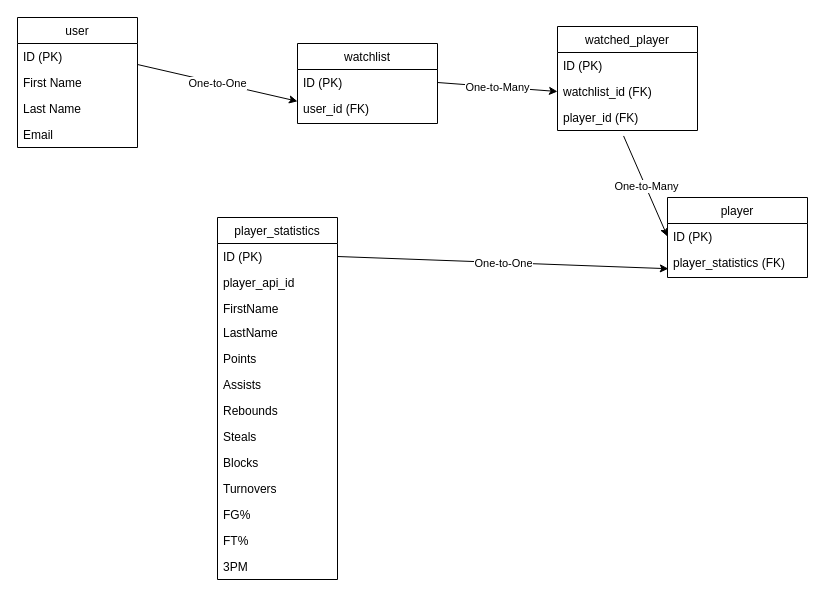
This is planning_directory/basketball_labs_ERD.drawio from danielAwale/basketball-labs, a draw.io file, before an edit. Source tidied: cells renumbered, new cells numbered last; positions are measured from the earlier drawing's top-left corner, leaving out a move shared by most shapes. Both pictures are drawn from the tidied source at 100%, with x=0, y=0 at pixel (17, 17).
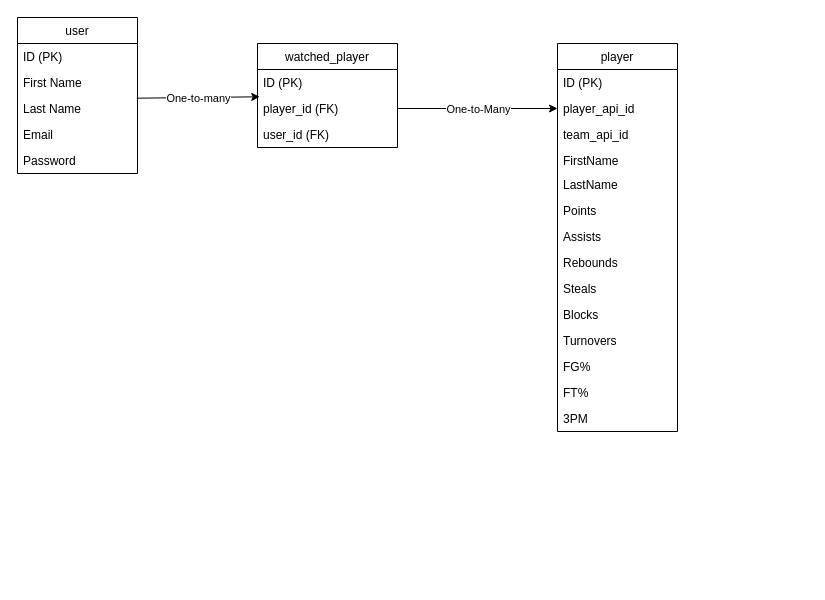
The same diagram, later.

Commit message:
Finalize ERD.

Unchanged cells that the change refers to:
```xml
<mxCell id="3" value="ID (PK)" style="text;strokeColor=none;fillColor=none;align=left;verticalAlign=top;spacingLeft=4;spacingRight=4;overflow=hidden;points=[[0,0.5],[1,0.5]];portConstraint=eastwest;" parent="2" vertex="1">
  <mxGeometry y="26" width="120" height="26" as="geometry" />
</mxCell>
<mxCell id="5" value="Last Name" style="text;strokeColor=none;fillColor=none;align=left;verticalAlign=top;spacingLeft=4;spacingRight=4;overflow=hidden;points=[[0,0.5],[1,0.5]];portConstraint=eastwest;" parent="2" vertex="1">
  <mxGeometry y="78" width="120" height="26" as="geometry" />
</mxCell>
<mxCell id="17" value="ID (PK)" style="text;strokeColor=none;fillColor=none;align=left;verticalAlign=top;spacingLeft=4;spacingRight=4;overflow=hidden;points=[[0,0.5],[1,0.5]];portConstraint=eastwest;" parent="16" vertex="1">
  <mxGeometry y="26" width="120" height="26" as="geometry" />
</mxCell>
<mxCell id="18" value="player_api_id" style="text;strokeColor=none;fillColor=none;align=left;verticalAlign=top;spacingLeft=4;spacingRight=4;overflow=hidden;points=[[0,0.5],[1,0.5]];portConstraint=eastwest;" parent="16" vertex="1">
  <mxGeometry y="52" width="120" height="26" as="geometry" />
</mxCell>
```

Change to the diagram source:
```diff
@@
     <mxCell id="2" value="user" style="swimlane;fontStyle=0;horizontal=1;startSize=26;fillColor=none;" parent="1" vertex="1">
-      <mxGeometry width="120" height="130" as="geometry" />
+      <mxGeometry width="120" height="156" as="geometry" />
     </mxCell>
@@
-    <mxCell id="7" value="watchlist" style="swimlane;fontStyle=0;horizontal=1;startSize=26;fillColor=none;" parent="1" vertex="1">
-      <mxGeometry x="280" y="26" width="140" height="80" as="geometry" />
-    </mxCell>
-    <mxCell id="8" value="ID (PK)   " style="text;strokeColor=none;fillColor=none;align=left;verticalAlign=top;spacingLeft=4;spacingRight=4;overflow=hidden;points=[[0,0.5],[1,0.5]];portConstraint=eastwest;" parent="7" vertex="1">
-      <mxGeometry y="26" width="140" height="26" as="geometry" />
-    </mxCell>
-    <mxCell id="9" value="user_id (FK)&#10;" style="text;strokeColor=none;fillColor=none;align=left;verticalAlign=top;spacingLeft=4;spacingRight=4;overflow=hidden;points=[[0,0.5],[1,0.5]];portConstraint=eastwest;" parent="7" vertex="1">
-      <mxGeometry y="52" width="140" height="28" as="geometry" />
-    </mxCell>
+    <mxCell id="39" value="Password" style="text;strokeColor=none;fillColor=none;align=left;verticalAlign=top;spacingLeft=4;spacingRight=4;overflow=hidden;" parent="2" vertex="1">
+      <mxGeometry y="130" width="120" height="26" as="geometry" />
+    </mxCell>
     <mxCell id="10" value="watched_player" style="swimlane;fontStyle=0;horizontal=1;startSize=26;fillColor=none;" parent="1" vertex="1">
-      <mxGeometry x="540" y="9" width="140" height="104" as="geometry" />
+      <mxGeometry x="240" y="26" width="140" height="104" as="geometry" />
     </mxCell>
@@
-    <mxCell id="12" value="watchlist_id (FK)" style="text;strokeColor=none;fillColor=none;align=left;verticalAlign=top;spacingLeft=4;spacingRight=4;overflow=hidden;points=[[0,0.5],[1,0.5]];portConstraint=eastwest;" parent="10" vertex="1">
-      <mxGeometry y="52" width="140" height="26" as="geometry" />
-    </mxCell>
     <mxCell id="13" value="player_id (FK)" style="text;strokeColor=none;fillColor=none;align=left;verticalAlign=top;spacingLeft=4;spacingRight=4;overflow=hidden;points=[[0,0.5],[1,0.5]];portConstraint=eastwest;" parent="10" vertex="1">
-      <mxGeometry y="78" width="140" height="26" as="geometry" />
+      <mxGeometry y="52" width="140" height="26" as="geometry" />
     </mxCell>
-    <mxCell id="14" style="endArrow=classic;html=1;rounded=0;entryX=0;entryY=0.207;entryDx=0;entryDy=0;exitX=1;exitY=0.808;exitDx=0;exitDy=0;exitPerimeter=0;entryPerimeter=0;" parent="1" edge="1" source="3" target="9">
-      <mxGeometry relative="1" as="geometry" />
-    </mxCell>
-    <mxCell id="15" value="One-to-One" style="edgeLabel;html=1;align=center;verticalAlign=middle;" parent="14" vertex="1">
-      <mxGeometry relative="1" as="geometry" />
-    </mxCell>
+    <mxCell id="9" value="user_id (FK)" style="text;strokeColor=none;fillColor=none;align=left;verticalAlign=top;spacingLeft=4;spacingRight=4;overflow=hidden;points=[[0,0.5],[1,0.5]];portConstraint=eastwest;" parent="10" vertex="1">
+      <mxGeometry y="78" width="140" height="26" as="geometry" />
+    </mxCell>
-    <mxCell id="16" value="player_statistics" style="swimlane;fontStyle=0;horizontal=1;startSize=26;fillColor=none;" parent="1" vertex="1">
-      <mxGeometry x="200" y="200" width="120" height="362" as="geometry" />
+    <mxCell id="16" value="player" style="swimlane;fontStyle=0;horizontal=1;startSize=26;fillColor=none;" parent="1" vertex="1">
+      <mxGeometry x="540" y="26" width="120" height="388" as="geometry" />
     </mxCell>
@@
+    <mxCell id="40" value="team_api_id" style="text;strokeColor=none;fillColor=none;align=left;verticalAlign=top;spacingLeft=4;spacingRight=4;overflow=hidden;" parent="16" vertex="1">
+      <mxGeometry y="78" width="120" height="26" as="geometry" />
+    </mxCell>
     <mxCell id="19" value="FirstName" style="text;strokeColor=none;fillColor=none;align=left;verticalAlign=top;spacingLeft=4;spacingRight=4;overflow=hidden;" parent="16" vertex="1">
-      <mxGeometry y="78" width="120" height="24" as="geometry" />
+      <mxGeometry y="104" width="120" height="24" as="geometry" />
     </mxCell>
     <mxCell id="20" value="LastName" style="text;strokeColor=none;fillColor=none;align=left;verticalAlign=top;spacingLeft=4;spacingRight=4;overflow=hidden;" parent="16" vertex="1">
-      <mxGeometry y="102" width="120" height="26" as="geometry" />
+      <mxGeometry y="128" width="120" height="26" as="geometry" />
     </mxCell>
     <mxCell id="21" value="Points" style="text;strokeColor=none;fillColor=none;align=left;verticalAlign=top;spacingLeft=4;spacingRight=4;overflow=hidden;" parent="16" vertex="1">
-      <mxGeometry y="128" width="120" height="26" as="geometry" />
+      <mxGeometry y="154" width="120" height="26" as="geometry" />
     </mxCell>
     <mxCell id="22" value="Assists    " style="text;strokeColor=none;fillColor=none;align=left;verticalAlign=top;spacingLeft=4;spacingRight=4;overflow=hidden;" parent="16" vertex="1">
-      <mxGeometry y="154" width="120" height="26" as="geometry" />
+      <mxGeometry y="180" width="120" height="26" as="geometry" />
     </mxCell>
     <mxCell id="23" value="Rebounds" style="text;strokeColor=none;fillColor=none;align=left;verticalAlign=top;spacingLeft=4;spacingRight=4;overflow=hidden;" parent="16" vertex="1">
-      <mxGeometry y="180" width="120" height="26" as="geometry" />
+      <mxGeometry y="206" width="120" height="26" as="geometry" />
     </mxCell>
     <mxCell id="24" value="Steals" style="text;strokeColor=none;fillColor=none;align=left;verticalAlign=top;spacingLeft=4;spacingRight=4;overflow=hidden;" parent="16" vertex="1">
-      <mxGeometry y="206" width="120" height="26" as="geometry" />
+      <mxGeometry y="232" width="120" height="26" as="geometry" />
     </mxCell>
     <mxCell id="25" value="Blocks" style="text;strokeColor=none;fillColor=none;align=left;verticalAlign=top;spacingLeft=4;spacingRight=4;overflow=hidden;" parent="16" vertex="1">
-      <mxGeometry y="232" width="120" height="26" as="geometry" />
+      <mxGeometry y="258" width="120" height="26" as="geometry" />
     </mxCell>
     <mxCell id="26" value="Turnovers" style="text;strokeColor=none;fillColor=none;align=left;verticalAlign=top;spacingLeft=4;spacingRight=4;overflow=hidden;" parent="16" vertex="1">
-      <mxGeometry y="258" width="120" height="26" as="geometry" />
+      <mxGeometry y="284" width="120" height="26" as="geometry" />
     </mxCell>
     <mxCell id="27" value="FG%" style="text;strokeColor=none;fillColor=none;align=left;verticalAlign=top;spacingLeft=4;spacingRight=4;overflow=hidden;" parent="16" vertex="1">
-      <mxGeometry y="284" width="120" height="26" as="geometry" />
+      <mxGeometry y="310" width="120" height="26" as="geometry" />
     </mxCell>
     <mxCell id="28" value="FT%" style="text;strokeColor=none;fillColor=none;align=left;verticalAlign=top;spacingLeft=4;spacingRight=4;overflow=hidden;" parent="16" vertex="1">
-      <mxGeometry y="310" width="120" height="26" as="geometry" />
+      <mxGeometry y="336" width="120" height="26" as="geometry" />
     </mxCell>
     <mxCell id="29" value="3PM" style="text;strokeColor=none;fillColor=none;align=left;verticalAlign=top;spacingLeft=4;spacingRight=4;overflow=hidden;" parent="16" vertex="1">
-      <mxGeometry y="336" width="120" height="26" as="geometry" />
+      <mxGeometry y="362" width="120" height="26" as="geometry" />
     </mxCell>
-    <mxCell id="30" value="player" style="swimlane;fontStyle=0;horizontal=1;startSize=26;fillColor=none;" parent="1" vertex="1">
-      <mxGeometry x="650" y="180" width="140" height="80" as="geometry" />
-    </mxCell>
-    <mxCell id="31" value="ID (PK)   " style="text;strokeColor=none;fillColor=none;align=left;verticalAlign=top;spacingLeft=4;spacingRight=4;overflow=hidden;points=[[0,0.5],[1,0.5]];portConstraint=eastwest;" parent="30" vertex="1">
-      <mxGeometry y="26" width="140" height="26" as="geometry" />
-    </mxCell>
-    <mxCell id="32" value="player_statistics (FK)" style="text;strokeColor=none;fillColor=none;align=left;verticalAlign=top;spacingLeft=4;spacingRight=4;overflow=hidden;points=[[0,0.5],[1,0.5]];portConstraint=eastwest;" parent="30" vertex="1">
-      <mxGeometry y="52" width="140" height="28" as="geometry" />
-    </mxCell>
-    <mxCell id="33" style="endArrow=classic;html=1;rounded=0;exitX=1;exitY=0.5;exitDx=0;exitDy=0;entryX=0;entryY=0.5;entryDx=0;entryDy=0;" parent="1" edge="1" source="8" target="12">
-      <mxGeometry relative="1" as="geometry" />
-    </mxCell>
-    <mxCell id="34" value="One-to-Many" style="edgeLabel;html=1;align=center;verticalAlign=middle;" parent="33" vertex="1">
-      <mxGeometry relative="1" as="geometry" />
-    </mxCell>
-    <mxCell id="35" style="endArrow=classic;html=1;entryX=0.006;entryY=0.686;entryDx=0;entryDy=0;entryPerimeter=0;exitX=1;exitY=0.5;exitDx=0;exitDy=0;" parent="1" edge="1" source="17" target="32">
-      <mxGeometry relative="1" as="geometry" />
-    </mxCell>
-    <mxCell id="36" value="One-to-One" style="edgeLabel;html=1;align=center;verticalAlign=middle;" parent="35" vertex="1">
-      <mxGeometry relative="1" as="geometry" />
-    </mxCell>
-    <mxCell id="37" style="endArrow=classic;html=1;rounded=0;entryX=0;entryY=0.5;entryDx=0;entryDy=0;exitX=0.472;exitY=1.21;exitDx=0;exitDy=0;exitPerimeter=0;" parent="1" edge="1" source="13" target="31">
+    <mxCell id="37" style="endArrow=classic;html=1;rounded=0;entryX=0;entryY=0.5;entryDx=0;entryDy=0;exitX=1;exitY=0.5;exitDx=0;exitDy=0;" parent="1" edge="1" source="13" target="18">
       <mxGeometry relative="1" as="geometry" />
     </mxCell>
@@
+    <mxCell id="41" style="endArrow=classic;html=1;exitX=0.994;exitY=0.104;exitDx=0;exitDy=0;exitPerimeter=0;entryX=0.016;entryY=0.05;entryDx=0;entryDy=0;entryPerimeter=0;" parent="1" edge="1" source="5" target="13">
+      <mxGeometry relative="1" as="geometry" />
+    </mxCell>
+    <mxCell id="42" value="One-to-many" style="edgeLabel;html=1;align=center;verticalAlign=middle;" parent="41" vertex="1">
+      <mxGeometry relative="1" as="geometry" />
+    </mxCell>
```
